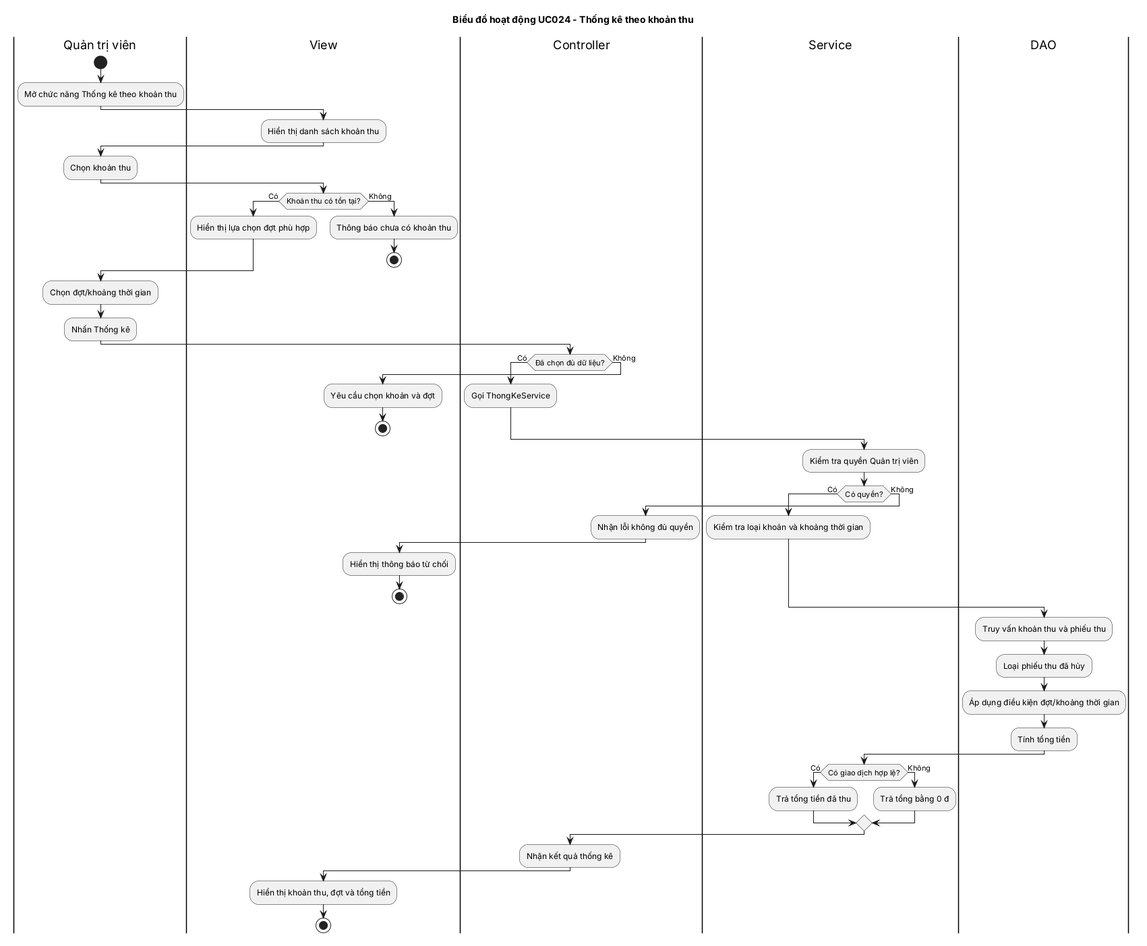
Before: docs/design/so-do/hoat-dong-uc024-thong-ke-khoan-thu.png, a diagram exported from PlantUML (khanhdoan4106/IT3180-NMCNPM-GR16-20261). Its source is kept beside it as docs/design/so-do/hoat-dong-uc024-thong-ke-khoan-thu.puml.
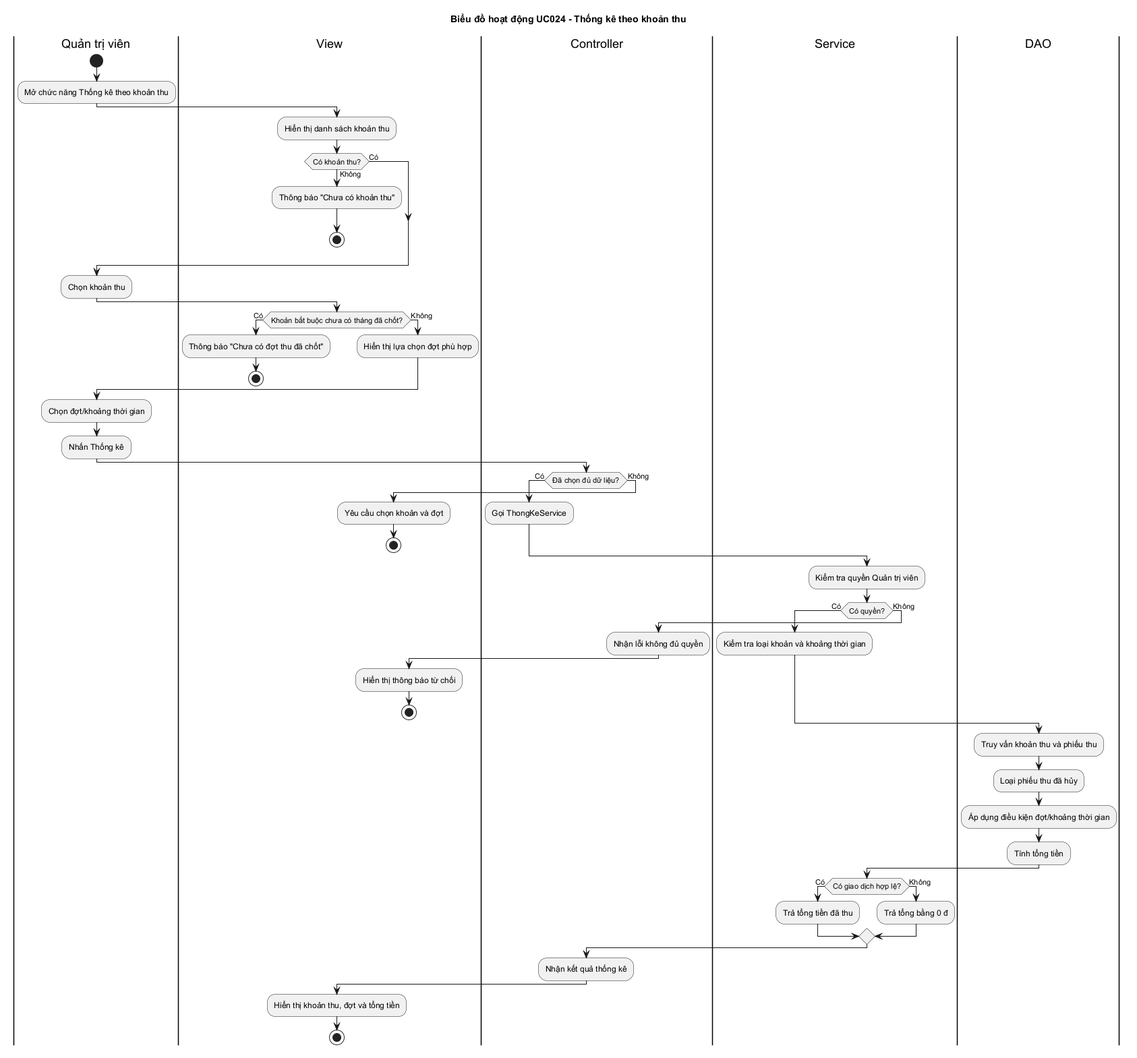
Above is the later version.

Commit message:
docs(so-do): chỉnh use case và hoạt động UC024 nhóm Thống kê

Diff of the diagram source:
```diff
@@ -10,16 +10,21 @@
 
 |View|
 :Hiển thị danh sách khoản thu;
+if (Có khoản thu?) then (Có)
+else (Không)
+  :Thông báo "Chưa có khoản thu";
+  stop
+endif
 
 |Quản trị viên|
 :Chọn khoản thu;
 
 |View|
-if (Khoản thu có tồn tại?) then (Có)
+if (Khoản bắt buộc chưa có tháng đã chốt?) then (Có)
+  :Thông báo "Chưa có đợt thu đã chốt";
+  stop
+else (Không)
   :Hiển thị lựa chọn đợt phù hợp;
-else (Không)
-  :Thông báo chưa có khoản thu;
-  stop
 endif
 
 |Quản trị viên|
```
